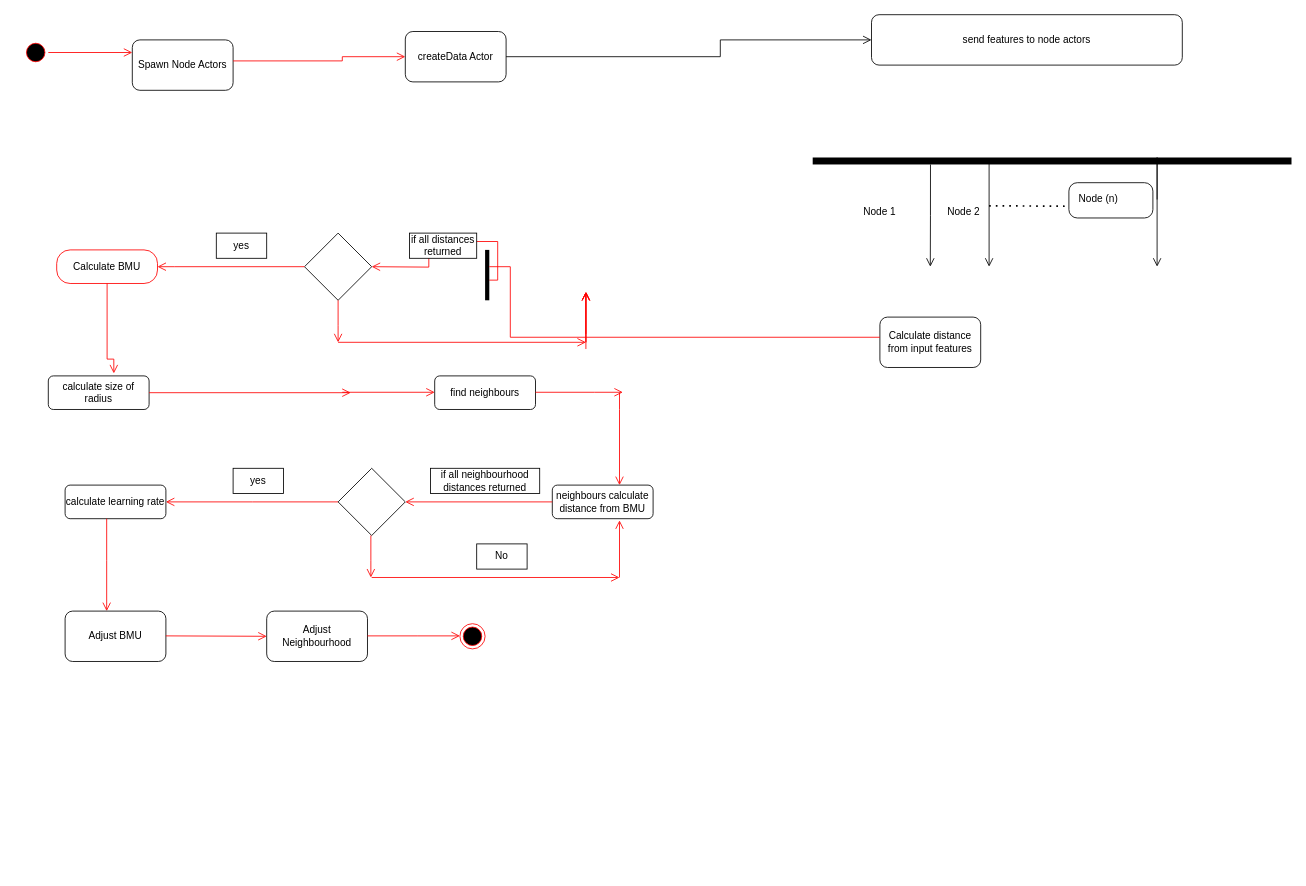
Before: mainActivityDiagram.drawio in vanelopethecoder/som-basic, a draw.io diagram. Source tidied: cells renumbered, new cells numbered last; positions are measured from the earlier drawing's top-left corner, leaving out a move shared by most shapes. Both pictures are drawn from the tidied source at 84%, with x=0, y=0 at pixel (23, 14).
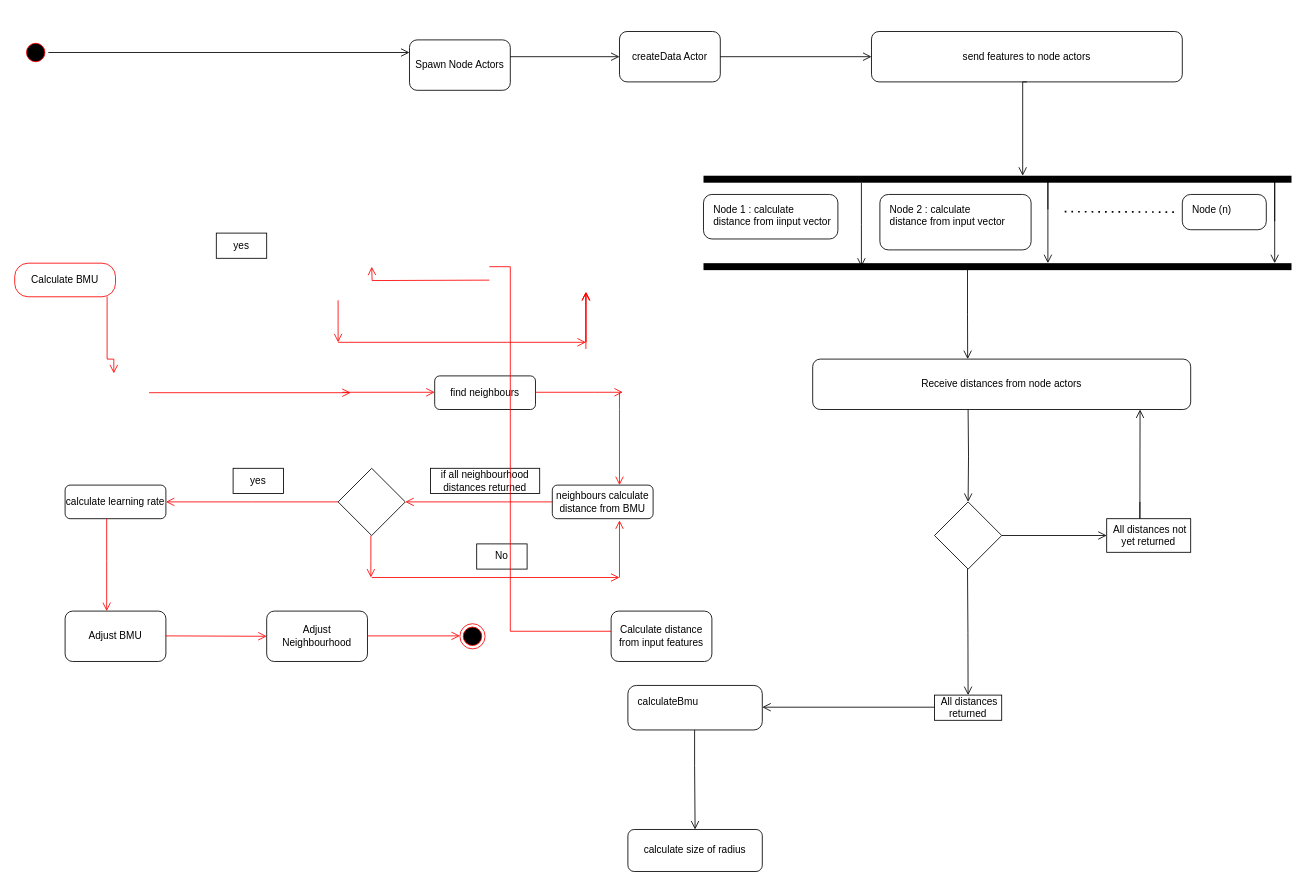
The same diagram, later.

Unchanged cells that the change refers to:
```xml
<mxCell id="3" style="ellipse;html=1;shape=startState;fillColor=#000000;strokeColor=#ff0000;" parent="1" vertex="1">
  <mxGeometry y="30" width="30" height="30" as="geometry" />
</mxCell>
```

What changed in the source:
```diff
@@
     <mxCell id="2" value="Spawn Node Actors" style="rounded=1;whiteSpace=wrap;html=1;" parent="1" vertex="1">
-      <mxGeometry x="130" y="30" width="120" height="60" as="geometry" />
+      <mxGeometry x="460" y="30" width="120" height="60" as="geometry" />
     </mxCell>
@@
-    <mxCell id="4" style="edgeStyle=orthogonalEdgeStyle;html=1;verticalAlign=bottom;endArrow=open;endSize=8;strokeColor=#ff0000;rounded=0;entryX=0;entryY=0.25;entryDx=0;entryDy=0;" parent="1" edge="1" source="3" target="2">
+    <mxCell id="4" style="edgeStyle=orthogonalEdgeStyle;html=1;verticalAlign=bottom;endArrow=open;endSize=8;strokeColor=#000000;rounded=0;entryX=0;entryY=0.25;entryDx=0;entryDy=0;" parent="1" edge="1" source="3" target="2">
       <mxGeometry relative="1" as="geometry" />
     </mxCell>
     <mxCell id="5" value="createData Actor" style="rounded=1;whiteSpace=wrap;html=1;" parent="1" vertex="1">
-      <mxGeometry x="455" y="20" width="120" height="60" as="geometry" />
+      <mxGeometry x="710" y="20" width="120" height="60" as="geometry" />
     </mxCell>
-    <mxCell id="6" style="edgeStyle=orthogonalEdgeStyle;html=1;verticalAlign=bottom;endArrow=open;endSize=8;strokeColor=#ff0000;rounded=0;entryX=0;entryY=0.5;entryDx=0;entryDy=0;exitX=1;exitY=0.417;exitDx=0;exitDy=0;exitPerimeter=0;" parent="1" edge="1" source="2" target="5">
+    <mxCell id="6" style="edgeStyle=orthogonalEdgeStyle;html=1;verticalAlign=bottom;endArrow=open;endSize=8;strokeColor=#000000;rounded=0;entryX=0;entryY=0.5;entryDx=0;entryDy=0;" parent="1" edge="1" target="5">
       <mxGeometry relative="1" as="geometry">
+        <mxPoint x="580" y="50" as="sourcePoint" />
         <Array as="points">
-          <mxPoint x="380" y="55" />
+          <mxPoint x="580" y="50" />
+          <mxPoint x="580" y="50" />
         </Array>
       </mxGeometry>
     </mxCell>
@@
     <mxCell id="8" value="send features to node actors" style="rounded=1;whiteSpace=wrap;html=1;" parent="1" vertex="1">
-      <mxGeometry x="1010" width="370" height="60" as="geometry" />
+      <mxGeometry x="1010" y="20" width="370" height="60" as="geometry" />
     </mxCell>
-    <mxCell id="9" style="edgeStyle=orthogonalEdgeStyle;html=1;verticalAlign=bottom;endArrow=open;endSize=8;strokeColor=#000000;rounded=0;exitX=0;exitY=0.246;exitDx=0;exitDy=0;exitPerimeter=0;" parent="1" edge="1" source="49">
+    <mxCell id="9" style="edgeStyle=orthogonalEdgeStyle;html=1;verticalAlign=bottom;endArrow=open;endSize=8;strokeColor=#000000;rounded=0;" parent="1" edge="1" source="49">
       <mxGeometry relative="1" as="geometry">
-        <mxPoint x="1080" y="300" as="targetPoint" />
+        <mxPoint x="998" y="300" as="targetPoint" />
+        <Array as="points">
+          <mxPoint x="998" y="250" />
+          <mxPoint x="998" y="250" />
+        </Array>
       </mxGeometry>
     </mxCell>
     <mxCell id="10" value="Calculate distance from input features" style="rounded=1;whiteSpace=wrap;html=1;" parent="1" vertex="1">
-      <mxGeometry x="1020" y="360" width="120" height="60" as="geometry" />
+      <mxGeometry x="700" y="710" width="120" height="60" as="geometry" />
     </mxCell>
-    <mxCell id="11" style="edgeStyle=orthogonalEdgeStyle;html=1;verticalAlign=bottom;endArrow=open;endSize=8;strokeColor=#ff0000;rounded=0;exitX=0;exitY=0.4;exitDx=0;exitDy=0;exitPerimeter=0;startArrow=none;" parent="1" edge="1" source="47">
+    <mxCell id="11" style="edgeStyle=orthogonalEdgeStyle;html=1;verticalAlign=bottom;endArrow=open;endSize=8;strokeColor=#ff0000;rounded=0;exitX=0;exitY=0.4;exitDx=0;exitDy=0;exitPerimeter=0;startArrow=none;" parent="1" edge="1">
       <mxGeometry relative="1" as="geometry">
+        <mxPoint x="555" y="316" as="sourcePoint" />
         <mxPoint x="415" y="300" as="targetPoint" />
       </mxGeometry>
     </mxCell>
     <mxCell id="12" style="rhombus;whiteSpace=wrap;html=1;" parent="1" vertex="1">
-      <mxGeometry x="335" y="260" width="80" height="80" as="geometry" />
+      <mxGeometry x="1085" y="580" width="80" height="80" as="geometry" />
     </mxCell>
-    <mxCell id="13" style="edgeStyle=orthogonalEdgeStyle;html=1;verticalAlign=bottom;endArrow=open;endSize=8;strokeColor=#ff0000;rounded=0;exitX=0;exitY=0.5;exitDx=0;exitDy=0;" parent="1" edge="1" source="12">
-      <mxGeometry relative="1" as="geometry">
-        <mxPoint x="160" y="300" as="targetPoint" />
-        <Array as="points">
-          <mxPoint x="180" y="300" />
-        </Array>
-      </mxGeometry>
-    </mxCell>
-    <mxCell id="14" value="if all distances returned" style="whiteSpace=wrap;html=1;" parent="1" vertex="1">
-      <mxGeometry x="460" y="260" width="80" height="30" as="geometry" />
+    <mxCell id="14" value="&amp;nbsp;All distances returned" style="whiteSpace=wrap;html=1;" parent="1" vertex="1">
+      <mxGeometry x="1085" y="810" width="80" height="30" as="geometry" />
     </mxCell>
     <mxCell id="15" value="calculate size of radius" style="rounded=1;whiteSpace=wrap;html=1;" parent="1" vertex="1">
-      <mxGeometry x="30" y="430" width="120" height="40" as="geometry" />
+      <mxGeometry x="720" y="970" width="160" height="50" as="geometry" />
     </mxCell>
@@
-    <mxCell id="44" style="edgeStyle=orthogonalEdgeStyle;html=1;verticalAlign=bottom;endArrow=open;endSize=8;strokeColor=#ff0000;rounded=0;" parent="1" edge="1">
+    <mxCell id="44" style="edgeStyle=orthogonalEdgeStyle;html=1;verticalAlign=bottom;endArrow=open;endSize=8;strokeColor=#000000;rounded=0;entryX=0.866;entryY=1;entryDx=0;entryDy=0;entryPerimeter=0;" parent="1" edge="1" target="60">
       <mxGeometry relative="1" as="geometry">
-        <mxPoint x="670" y="380" as="sourcePoint" />
-        <mxPoint x="670" y="330" as="targetPoint" />
+        <mxPoint x="1329.5" y="580" as="sourcePoint" />
         <Array as="points">
-          <mxPoint x="670" y="330" />
+          <mxPoint x="1330" y="600" />
+          <mxPoint x="1330" y="600" />
         </Array>
       </mxGeometry>
     </mxCell>
     <mxCell id="45" value="Calculate BMU" style="rounded=1;whiteSpace=wrap;html=1;arcSize=40;fontColor=#000000;fillColor=#FFFFFF;strokeColor=#ff0000;" parent="1" vertex="1">
-      <mxGeometry x="40" y="280" width="120" height="40" as="geometry" />
+      <mxGeometry x="-10" y="295.8" width="120" height="40" as="geometry" />
     </mxCell>
@@
-    <mxCell id="47" style="html=1;points=[];perimeter=orthogonalPerimeter;fillColor=#000000;strokeColor=none;direction=west;" parent="1" vertex="1">
-      <mxGeometry x="550" y="280" width="5" height="60" as="geometry" />
-    </mxCell>
-    <mxCell id="48" style="edgeStyle=orthogonalEdgeStyle;html=1;verticalAlign=bottom;endArrow=none;endSize=8;strokeColor=#ff0000;rounded=0;exitX=0;exitY=0.4;exitDx=0;exitDy=0;exitPerimeter=0;" parent="1" edge="1" source="10" target="47">
+    <mxCell id="48" style="edgeStyle=orthogonalEdgeStyle;html=1;verticalAlign=bottom;endArrow=none;endSize=8;strokeColor=#ff0000;rounded=0;exitX=0;exitY=0.4;exitDx=0;exitDy=0;exitPerimeter=0;" parent="1" edge="1" source="10">
       <mxGeometry relative="1" as="geometry">
+        <mxPoint x="555" y="300" as="targetPoint" />
         <Array as="points">
           <mxPoint x="580" y="300" />
         </Array>
       </mxGeometry>
     </mxCell>
     <mxCell id="49" style="html=1;points=[];perimeter=orthogonalPerimeter;fillColor=#000000;strokeColor=none;direction=north;" parent="1" vertex="1">
-      <mxGeometry x="940" y="170" width="570" height="8.3" as="geometry" />
+      <mxGeometry x="810" y="191.7" width="700" height="8.3" as="geometry" />
     </mxCell>
     <mxCell id="50" style="edgeStyle=orthogonalEdgeStyle;html=1;verticalAlign=bottom;endArrow=open;endSize=8;strokeColor=#000000;rounded=0;" parent="1" edge="1">
       <mxGeometry relative="1" as="geometry">
-        <mxPoint x="1350" y="220" as="sourcePoint" />
-        <mxPoint x="1350" y="300" as="targetPoint" />
+        <mxPoint x="1490" y="245.8" as="sourcePoint" />
+        <mxPoint x="1490" y="295.8" as="targetPoint" />
         <Array as="points">
-          <mxPoint x="1350" y="170" />
-          <mxPoint x="1350" y="170" />
+          <mxPoint x="1490" y="195.8" />
+          <mxPoint x="1490" y="195.8" />
         </Array>
       </mxGeometry>
     </mxCell>
-    <mxCell id="51" value="Node 1" style="text;html=1;strokeColor=none;fillColor=none;align=center;verticalAlign=middle;whiteSpace=wrap;rounded=0;" parent="1" vertex="1">
-      <mxGeometry x="990" y="220" width="60" height="30" as="geometry" />
-    </mxCell>
-    <mxCell id="52" value="Node 2" style="text;html=1;strokeColor=none;fillColor=none;align=center;verticalAlign=middle;whiteSpace=wrap;rounded=0;" parent="1" vertex="1">
-      <mxGeometry x="1090" y="220" width="60" height="30" as="geometry" />
-    </mxCell>
-    <mxCell id="53" style="endArrow=none;dashed=1;html=1;dashPattern=1 3;strokeWidth=2;rounded=0;exitX=1;exitY=0.25;exitDx=0;exitDy=0;" parent="1" edge="1" source="52">
+    <mxCell id="53" style="endArrow=none;dashed=1;html=1;dashPattern=1 3;strokeWidth=2;rounded=0;exitX=1;exitY=0.25;exitDx=0;exitDy=0;" parent="1" edge="1">
       <mxGeometry relative="1" as="geometry">
-        <mxPoint x="1240" y="228" as="targetPoint" />
+        <mxPoint x="1240" y="234.5" as="sourcePoint" />
+        <mxPoint x="1370" y="235" as="targetPoint" />
       </mxGeometry>
     </mxCell>
     <mxCell id="54" value="Node (n)" style="rounded=1;absoluteArcSize=1;arcSize=20;html=1;verticalAlign=top;align=left;spacingTop=5;spacingLeft=10;" parent="1" vertex="1">
-      <mxGeometry x="1245" y="200" width="100" height="42" as="geometry" />
+      <mxGeometry x="1380" y="214" width="100" height="42" as="geometry" />
     </mxCell>
-    <mxCell id="55" style="edgeStyle=orthogonalEdgeStyle;html=1;verticalAlign=bottom;endArrow=open;endSize=8;strokeColor=#000000;rounded=0;exitX=0;exitY=0.246;exitDx=0;exitDy=0;exitPerimeter=0;" parent="1" edge="1">
+    <mxCell id="55" style="edgeStyle=orthogonalEdgeStyle;html=1;verticalAlign=bottom;endArrow=open;endSize=8;strokeColor=#000000;rounded=0;" parent="1" edge="1">
       <mxGeometry relative="1" as="geometry">
-        <mxPoint x="1160.2" y="174.2" as="sourcePoint" />
-        <mxPoint x="1150" y="300" as="targetPoint" />
+        <mxPoint x="1220" y="231.8" as="sourcePoint" />
+        <mxPoint x="1220" y="295.8" as="targetPoint" />
         <Array as="points">
-          <mxPoint x="1150" y="174" />
-          <mxPoint x="1150" y="296" />
+          <mxPoint x="1220" y="195.8" />
+          <mxPoint x="1220" y="317.8" />
         </Array>
       </mxGeometry>
     </mxCell>
+    <mxCell id="56" style="html=1;points=[];perimeter=orthogonalPerimeter;fillColor=#000000;strokeColor=none;direction=north;" parent="1" vertex="1">
+      <mxGeometry x="810" y="295.8" width="700" height="8.3" as="geometry" />
+    </mxCell>
+    <mxCell id="57" value="Node 2 : calculate&lt;br&gt;distance from input vector" style="rounded=1;absoluteArcSize=1;arcSize=20;html=1;verticalAlign=top;align=left;spacingTop=5;spacingLeft=10;" parent="1" vertex="1">
+      <mxGeometry x="1020" y="214" width="180" height="66" as="geometry" />
+    </mxCell>
+    <mxCell id="58" value="Node 1 : calculate &lt;br&gt;distance from iinput vector" style="rounded=1;absoluteArcSize=1;arcSize=20;html=1;verticalAlign=top;align=left;spacingTop=5;spacingLeft=10;" parent="1" vertex="1">
+      <mxGeometry x="810" y="214" width="160" height="53" as="geometry" />
+    </mxCell>
+    <mxCell id="59" style="edgeStyle=orthogonalEdgeStyle;html=1;verticalAlign=bottom;endArrow=open;endSize=8;strokeColor=#000000;rounded=0;exitX=0.5;exitY=1;exitDx=0;exitDy=0;" parent="1" edge="1" source="8">
+      <mxGeometry relative="1" as="geometry">
+        <mxPoint x="1190" y="191.7" as="targetPoint" />
+        <Array as="points">
+          <mxPoint x="1190" y="80" />
+        </Array>
+      </mxGeometry>
+    </mxCell>
+    <mxCell id="60" value="Receive distances from node actors" style="rounded=1;whiteSpace=wrap;html=1;" parent="1" vertex="1">
+      <mxGeometry x="940" y="410" width="450" height="60" as="geometry" />
+    </mxCell>
+    <mxCell id="61" style="edgeStyle=orthogonalEdgeStyle;html=1;verticalAlign=bottom;endArrow=open;endSize=8;strokeColor=#000000;rounded=0;entryX=0.41;entryY=0;entryDx=0;entryDy=0;exitX=0.836;exitY=0.449;exitDx=0;exitDy=0;exitPerimeter=0;entryPerimeter=0;" parent="1" edge="1" source="56" target="60">
+      <mxGeometry relative="1" as="geometry" />
+    </mxCell>
+    <mxCell id="62" style="edgeStyle=orthogonalEdgeStyle;html=1;verticalAlign=bottom;endArrow=open;endSize=8;strokeColor=#000000;rounded=0;entryX=0.5;entryY=0;entryDx=0;entryDy=0;" parent="1" edge="1" target="12">
+      <mxGeometry relative="1" as="geometry">
+        <mxPoint x="1125" y="470" as="sourcePoint" />
+      </mxGeometry>
+    </mxCell>
+    <mxCell id="63" style="edgeStyle=orthogonalEdgeStyle;rounded=0;orthogonalLoop=1;jettySize=auto;html=1;exitX=0.5;exitY=1;exitDx=0;exitDy=0;strokeColor=#000000;" parent="1" edge="1" source="45" target="45">
+      <mxGeometry relative="1" as="geometry" />
+    </mxCell>
+    <mxCell id="64" value="&amp;nbsp;All distances not yet returned" style="whiteSpace=wrap;html=1;" parent="1" vertex="1">
+      <mxGeometry x="1290" y="600" width="100" height="40" as="geometry" />
+    </mxCell>
+    <mxCell id="65" style="edgeStyle=orthogonalEdgeStyle;html=1;verticalAlign=bottom;endArrow=open;endSize=8;strokeColor=#000000;rounded=0;entryX=0;entryY=0.5;entryDx=0;entryDy=0;exitX=1;exitY=0.5;exitDx=0;exitDy=0;" parent="1" edge="1" source="12" target="64">
+      <mxGeometry relative="1" as="geometry" />
+    </mxCell>
+    <mxCell id="66" style="edgeStyle=orthogonalEdgeStyle;html=1;verticalAlign=bottom;endArrow=open;endSize=8;strokeColor=#000000;rounded=0;entryX=0.5;entryY=0;entryDx=0;entryDy=0;" parent="1" edge="1" target="14">
+      <mxGeometry relative="1" as="geometry">
+        <mxPoint x="1124.3" y="660" as="sourcePoint" />
+      </mxGeometry>
+    </mxCell>
+    <mxCell id="67" value="calculateBmu" style="rounded=1;absoluteArcSize=1;arcSize=20;html=1;verticalAlign=top;align=left;spacingTop=5;spacingLeft=10;" parent="1" vertex="1">
+      <mxGeometry x="720" y="798.5" width="160" height="53" as="geometry" />
+    </mxCell>
+    <mxCell id="68" style="edgeStyle=orthogonalEdgeStyle;html=1;verticalAlign=bottom;endArrow=open;endSize=8;strokeColor=#000000;rounded=0;exitX=0;exitY=0.5;exitDx=0;exitDy=0;" parent="1" edge="1">
+      <mxGeometry relative="1" as="geometry">
+        <mxPoint x="1085" y="824.4" as="sourcePoint" />
+        <mxPoint x="880" y="824.4" as="targetPoint" />
+      </mxGeometry>
+    </mxCell>
+    <mxCell id="69" style="edgeStyle=orthogonalEdgeStyle;html=1;verticalAlign=bottom;endArrow=open;endSize=8;strokeColor=#000000;rounded=0;entryX=0.5;entryY=0;entryDx=0;entryDy=0;" parent="1" edge="1" target="15">
+      <mxGeometry relative="1" as="geometry">
+        <mxPoint x="799.4" y="851.5" as="sourcePoint" />
+        <Array as="points">
+          <mxPoint x="799" y="894" />
+        </Array>
+      </mxGeometry>
+    </mxCell>
```
